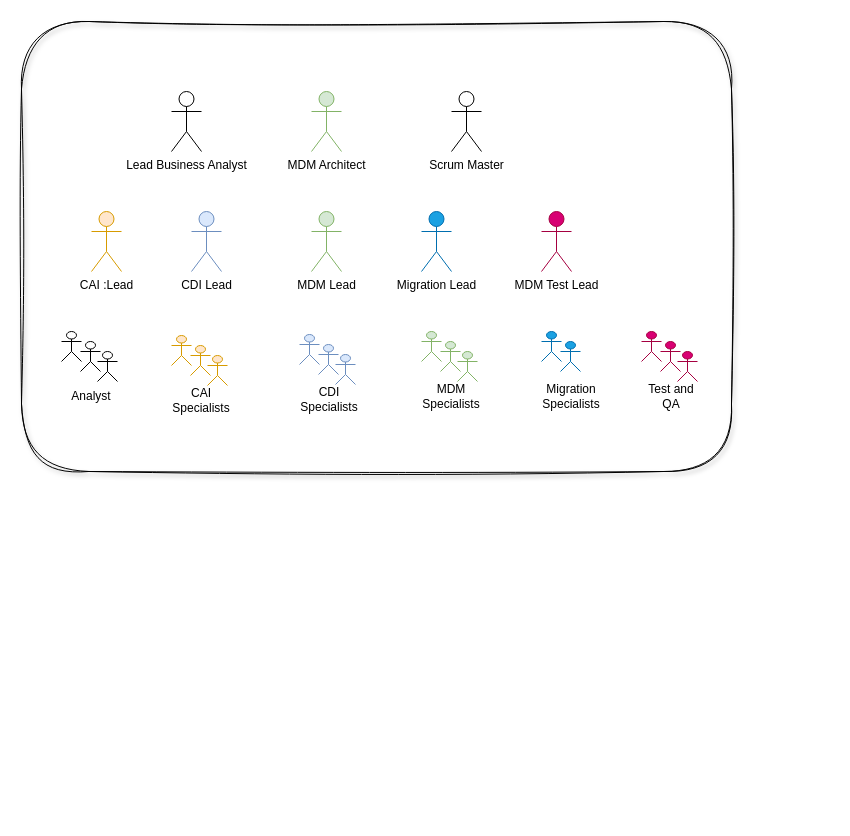
biswarup81/drawings keeps this draw.io diagram as page "MDM Guild Delivery" (1 of 3) of Deloitte-Guild-Proposal.drawio. Above is the earlier version. Source tidied: cells renumbered, new cells numbered last; positions are measured from the earlier drawing's top-left corner, leaving out a move shared by most shapes. Both pictures are drawn from the tidied source at 100%, with x=0, y=0 at pixel (21, 21).
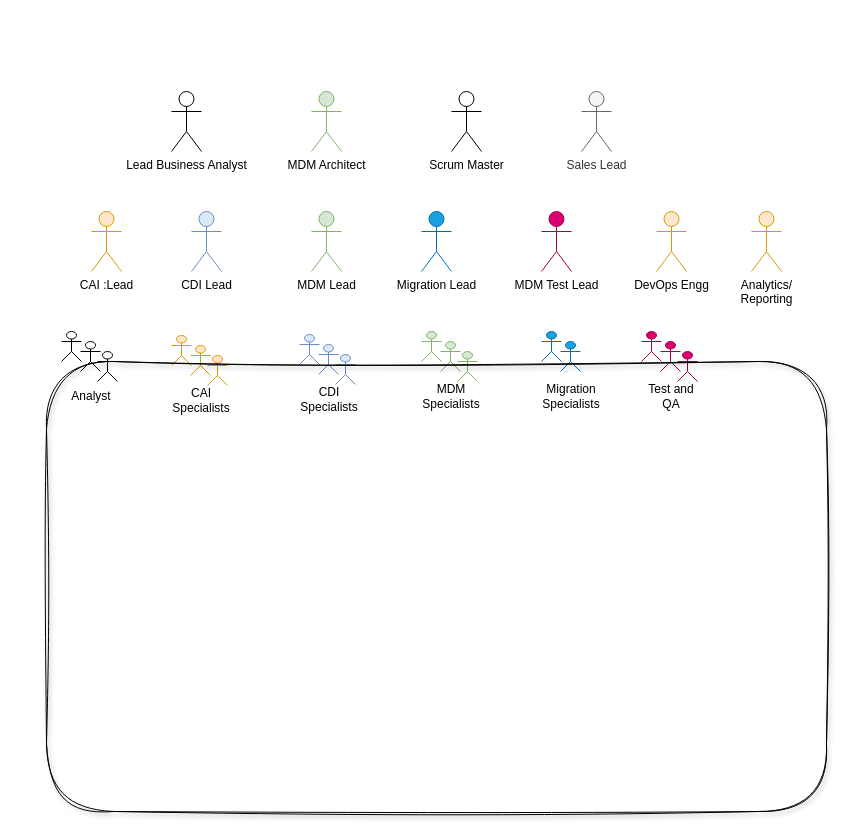
The same diagram, later.

The edit, as a diff of the source:
```diff
@@
     <mxCell id="45" style="rounded=1;whiteSpace=wrap;html=1;fillColor=none;sketch=1;curveFitting=1;jiggle=2;shadow=1;glass=1;" parent="1" vertex="1">
-      <mxGeometry width="710" height="450" as="geometry" />
+      <mxGeometry x="25" y="340" width="780" height="450" as="geometry" />
     </mxCell>
+    <mxCell id="46" value="Sales Lead" style="shape=umlActor;verticalLabelPosition=bottom;verticalAlign=top;html=1;fillColor=#f5f5f5;fontColor=#333333;strokeColor=#666666;" parent="1" vertex="1">
+      <mxGeometry x="560" y="70" width="30" height="60" as="geometry" />
+    </mxCell>
+    <mxCell id="47" value="DevOps Engg" style="shape=umlActor;verticalLabelPosition=bottom;verticalAlign=top;html=1;fillColor=#ffe6cc;strokeColor=#d79b00;" parent="1" vertex="1">
+      <mxGeometry x="635" y="190" width="30" height="60" as="geometry" />
+    </mxCell>
+    <mxCell id="48" value="Analytics/&lt;br&gt;Reporting" style="shape=umlActor;verticalLabelPosition=bottom;verticalAlign=top;html=1;fillColor=#ffe6cc;strokeColor=#d79b00;" parent="1" vertex="1">
+      <mxGeometry x="730" y="190" width="30" height="60" as="geometry" />
+    </mxCell>
```
